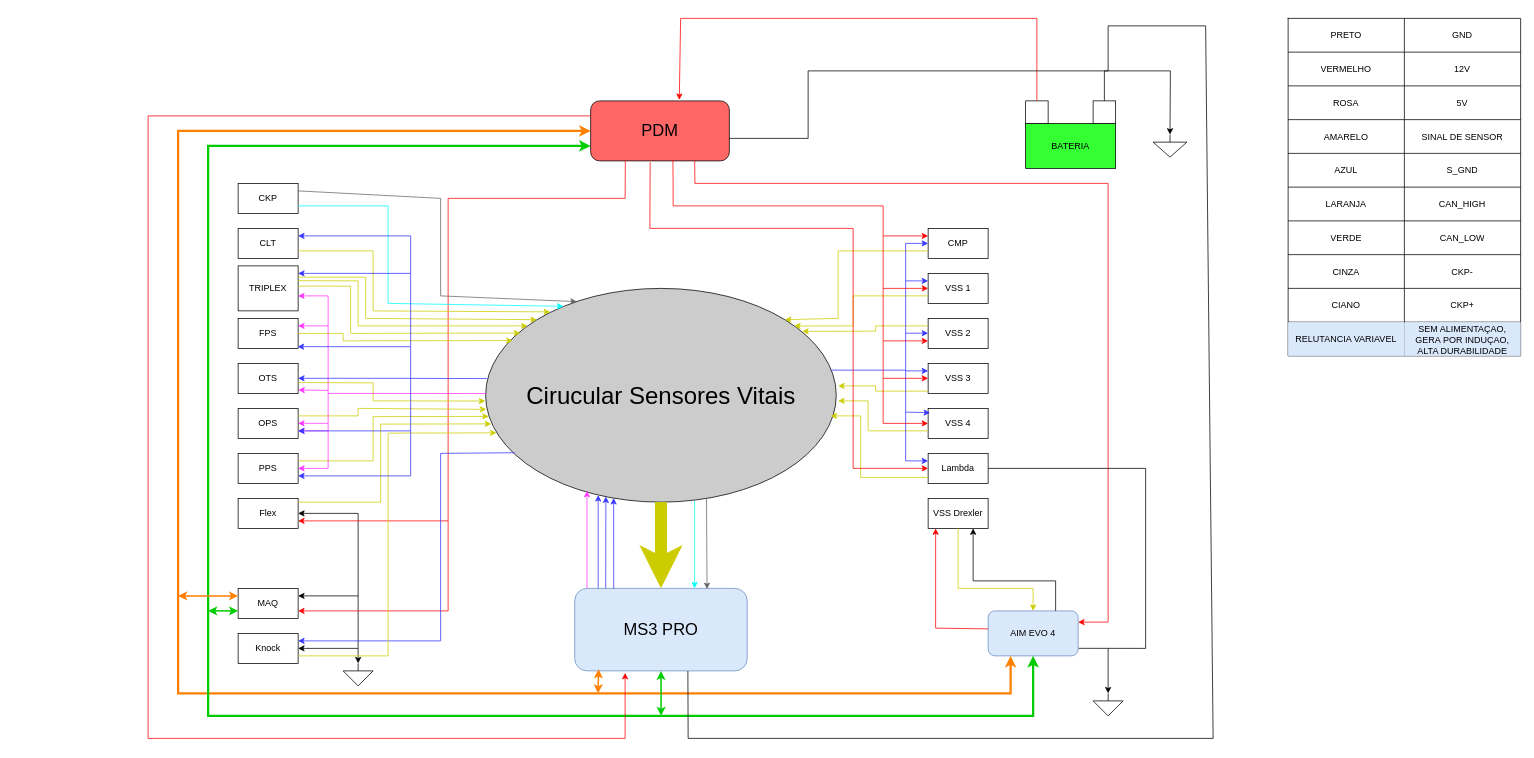
Before: MalhaSensoresES-14.drawio in tutorres/FormulaMM, a draw.io diagram. Source tidied: cells renumbered, new cells numbered last; positions are measured from the earlier drawing's top-left corner, leaving out a move shared by most shapes. Both pictures are drawn from the tidied source at 75%, with x=0, y=0 at pixel (148, 18).
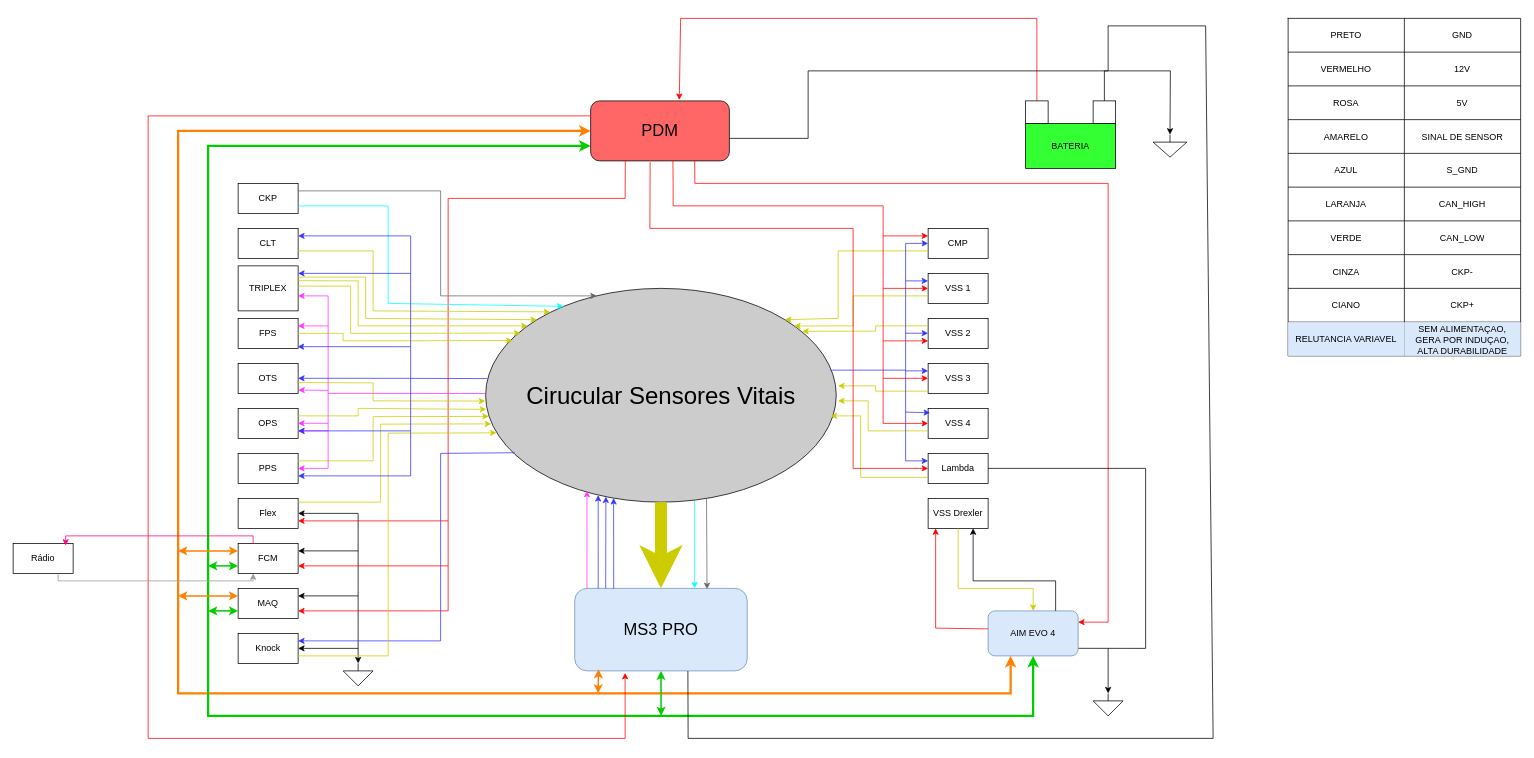
The same page after the edit.

Unchanged cells that the change refers to:
```xml
<mxCell id="11" value="&lt;font style=&quot;font-size: 32px;&quot;&gt;Cirucular Sensores Vitais&lt;/font&gt;" style="ellipse;whiteSpace=wrap;html=1;fillColor=#CCCCCC;" parent="1" vertex="1">
  <mxGeometry x="450" y="360" width="467.5" height="285" as="geometry" />
</mxCell>
<mxCell id="12" value="CKP" style="rounded=0;whiteSpace=wrap;html=1;" parent="1" vertex="1">
  <mxGeometry x="120" y="220" width="80" height="40" as="geometry" />
</mxCell>
```

Diff of the diagram source:
```diff
@@
-    <mxCell id="107" style="endArrow=classic;html=1;rounded=0;exitX=1;exitY=0.25;exitDx=0;exitDy=0;entryX=0.26;entryY=0.062;entryDx=0;entryDy=0;entryPerimeter=0;strokeColor=#666666;" parent="1" edge="1" source="12" target="11">
+    <mxCell id="107" style="endArrow=classic;html=1;rounded=0;exitX=1;exitY=0.25;exitDx=0;exitDy=0;entryX=0.317;entryY=0.035;entryDx=0;entryDy=0;entryPerimeter=0;strokeColor=#666666;" parent="1" edge="1" source="12" target="11">
       <mxGeometry relative="1" as="geometry">
         <Array as="points">
-          <mxPoint x="390" y="240" />
+          <mxPoint x="390" y="230" />
           <mxPoint x="390" y="370" />
         </Array>
       </mxGeometry>
     </mxCell>
@@
+    <mxCell id="143" value="FCM" style="rounded=0;whiteSpace=wrap;html=1;" parent="1" vertex="1">
+      <mxGeometry x="120" y="700" width="80" height="40" as="geometry" />
+    </mxCell>
+    <mxCell id="144" style="endArrow=classic;startArrow=classic;html=1;rounded=0;strokeWidth=2;entryX=0;entryY=0.75;entryDx=0;entryDy=0;strokeColor=#00CC00;" parent="1" edge="1">
+      <mxGeometry relative="1" as="geometry">
+        <mxPoint x="80" y="730" as="sourcePoint" />
+        <mxPoint x="120" y="730" as="targetPoint" />
+      </mxGeometry>
+    </mxCell>
+    <mxCell id="145" style="endArrow=classic;startArrow=classic;html=1;rounded=0;entryX=0;entryY=0.25;entryDx=0;entryDy=0;strokeWidth=2;strokeColor=#FF8000;" parent="1" edge="1">
+      <mxGeometry relative="1" as="geometry">
+        <mxPoint x="40" y="710" as="sourcePoint" />
+        <mxPoint x="120" y="710" as="targetPoint" />
+      </mxGeometry>
+    </mxCell>
+    <mxCell id="146" style="endArrow=classic;html=1;rounded=0;entryX=1;entryY=0.75;entryDx=0;entryDy=0;strokeColor=#FF0000;" parent="1" edge="1">
+      <mxGeometry relative="1" as="geometry">
+        <mxPoint x="400" y="730" as="sourcePoint" />
+        <mxPoint x="200" y="730" as="targetPoint" />
+      </mxGeometry>
+    </mxCell>
+    <mxCell id="147" value="Rádio" style="rounded=0;whiteSpace=wrap;html=1;" parent="1" vertex="1">
+      <mxGeometry x="-180" y="700" width="80" height="40" as="geometry" />
+    </mxCell>
+    <mxCell id="148" style="endArrow=classic;html=1;rounded=0;exitX=0.25;exitY=0;exitDx=0;exitDy=0;entryX=0.876;entryY=0.073;entryDx=0;entryDy=0;entryPerimeter=0;strokeColor=#FF0080;" parent="1" edge="1" source="143" target="147">
+      <mxGeometry relative="1" as="geometry">
+        <Array as="points">
+          <mxPoint x="140" y="690" />
+          <mxPoint x="-110" y="690" />
+        </Array>
+      </mxGeometry>
+    </mxCell>
+    <mxCell id="149" style="endArrow=classic;html=1;rounded=0;exitX=0.75;exitY=1;exitDx=0;exitDy=0;entryX=0.25;entryY=1;entryDx=0;entryDy=0;strokeColor=#999999;" parent="1" edge="1" source="147" target="143">
+      <mxGeometry relative="1" as="geometry">
+        <Array as="points">
+          <mxPoint x="-120" y="750" />
+          <mxPoint x="140" y="750" />
+        </Array>
+      </mxGeometry>
+    </mxCell>
+    <mxCell id="150" style="endArrow=classic;html=1;rounded=0;entryX=1;entryY=0.25;entryDx=0;entryDy=0;" parent="1" edge="1">
+      <mxGeometry relative="1" as="geometry">
+        <mxPoint x="280" y="710" as="sourcePoint" />
+        <mxPoint x="200" y="710" as="targetPoint" />
+      </mxGeometry>
+    </mxCell>
```
